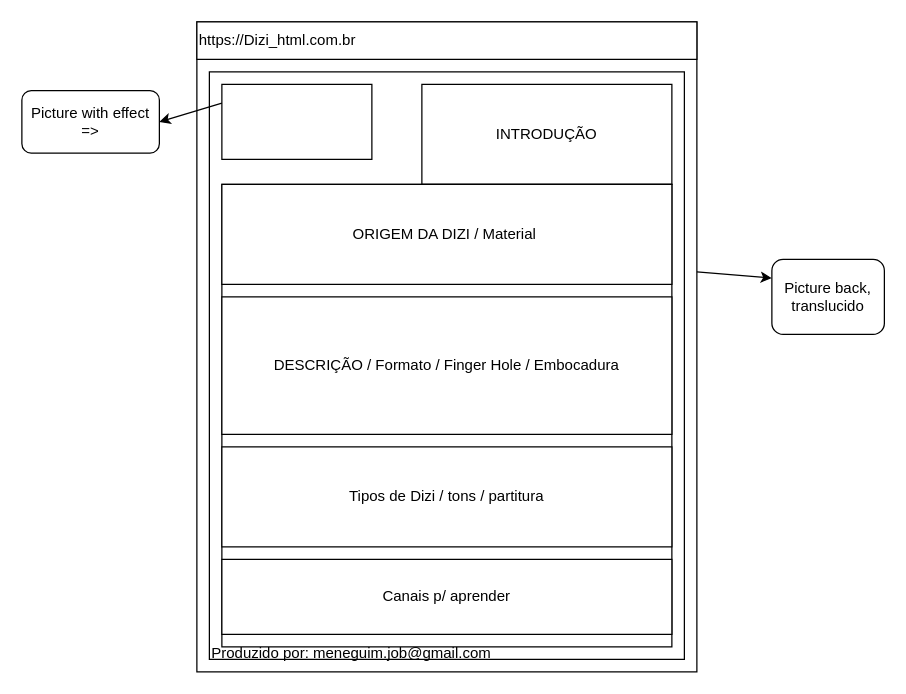
This is Untitled Diagram.drawio from MathMeneguim/Projects, a draw.io file, before an edit. Source tidied: cells renumbered, new cells numbered last; positions are measured from the earlier drawing's top-left corner, leaving out a move shared by most shapes. Both pictures are drawn from the tidied source at 125%, with x=0, y=0 at pixel (21, 21).
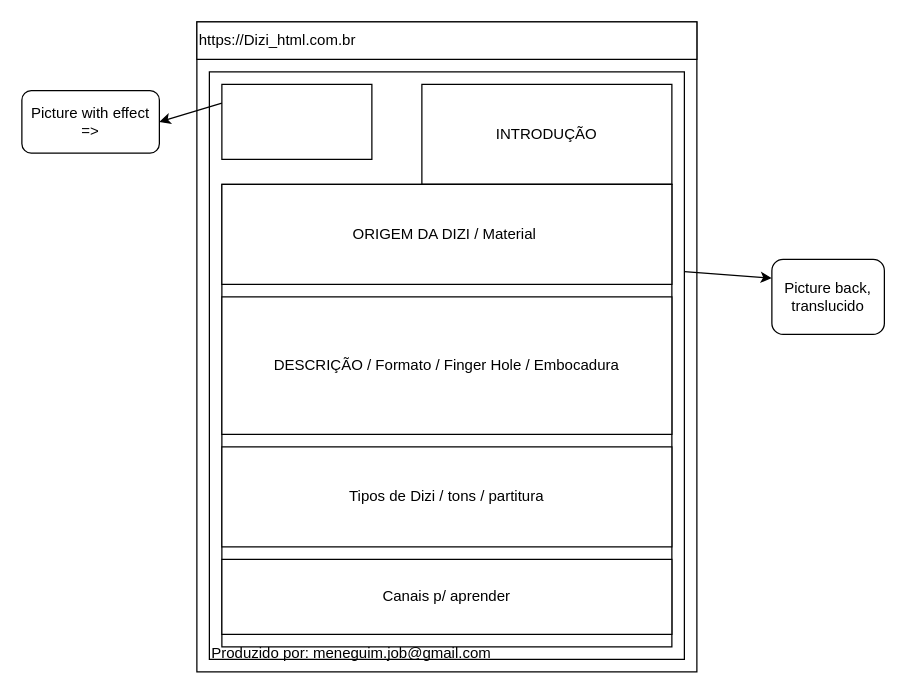
The same diagram, later.

Commit message:
Dizi_html_complete1

Diff of the diagram source:
```diff
@@
 <mxGraphModel>
   <root>
     <mxCell id="0" />
     <mxCell id="1" parent="0" />
     <mxCell id="2" style="rounded=0;whiteSpace=wrap;html=1;" parent="1" vertex="1">
       <mxGeometry x="280" y="220" width="120" height="60" as="geometry" />
     </mxCell>
     <mxCell id="3" style="rounded=0;whiteSpace=wrap;html=1;" parent="1" vertex="1">
       <mxGeometry x="140" width="400" height="520" as="geometry" />
     </mxCell>
     <mxCell id="4" value="https://Dizi_html.com.br" style="rounded=0;whiteSpace=wrap;html=1;align=left;" parent="1" vertex="1">
       <mxGeometry x="140" width="400" height="30" as="geometry" />
     </mxCell>
     <mxCell id="5" style="rounded=0;whiteSpace=wrap;html=1;" parent="1" vertex="1">
       <mxGeometry x="150" y="40" width="380" height="470" as="geometry" />
     </mxCell>
-    <mxCell id="6" style="endArrow=classic;html=1;entryX=0;entryY=0.25;entryDx=0;entryDy=0;" parent="1" edge="1" target="7">
-      <mxGeometry relative="1" as="geometry">
-        <mxPoint x="540" y="200" as="sourcePoint" />
-      </mxGeometry>
+    <mxCell id="6" style="endArrow=classic;html=1;entryX=0;entryY=0.25;entryDx=0;entryDy=0;exitX=1;exitY=0.34;exitDx=0;exitDy=0;exitPerimeter=0;" parent="1" edge="1" source="5" target="7">
+      <mxGeometry relative="1" as="geometry" />
     </mxCell>
     <mxCell id="7" value="Picture back, translucido" style="rounded=1;whiteSpace=wrap;html=1;" parent="1" vertex="1">
       <mxGeometry x="600" y="190" width="90" height="60" as="geometry" />
     </mxCell>
     <mxCell id="8" style="rounded=0;whiteSpace=wrap;html=1;" parent="1" vertex="1">
       <mxGeometry x="160" y="50" width="120" height="60" as="geometry" />
     </mxCell>
     <mxCell id="9" style="endArrow=classic;html=1;exitX=0;exitY=0.25;exitDx=0;exitDy=0;entryX=1;entryY=0.5;entryDx=0;entryDy=0;" parent="1" edge="1" source="8" target="10">
       <mxGeometry relative="1" as="geometry" />
     </mxCell>
     <mxCell id="10" value="Picture with effect =&amp;gt;" style="rounded=1;whiteSpace=wrap;html=1;" parent="1" vertex="1">
       <mxGeometry y="55" width="110" height="50" as="geometry" />
     </mxCell>
     <mxCell id="11" value="INTRODUÇÃO" style="rounded=0;whiteSpace=wrap;html=1;" parent="1" vertex="1">
       <mxGeometry x="320" y="50" width="200" height="80" as="geometry" />
     </mxCell>
     <mxCell id="12" style="rounded=0;whiteSpace=wrap;html=1;" parent="1" vertex="1">
       <mxGeometry x="160" y="130" width="360" height="370" as="geometry" />
     </mxCell>
     <mxCell id="13" value="Produzido por: meneguim.job@gmail.com" style="text;html=1;strokeColor=none;fillColor=none;align=left;verticalAlign=middle;whiteSpace=wrap;rounded=0;" parent="1" vertex="1">
       <mxGeometry x="150" y="500" width="350" height="10" as="geometry" />
     </mxCell>
     <mxCell id="14" value="ORIGEM DA DIZI / Material&amp;nbsp;" style="rounded=0;whiteSpace=wrap;html=1;align=center;" parent="1" vertex="1">
       <mxGeometry x="160" y="130" width="360" height="80" as="geometry" />
     </mxCell>
     <mxCell id="15" value="DESCRIÇÃO / Formato / Finger Hole / Embocadura" style="rounded=0;whiteSpace=wrap;html=1;align=center;" parent="1" vertex="1">
       <mxGeometry x="160" y="220" width="360" height="110" as="geometry" />
     </mxCell>
     <mxCell id="16" value="Tipos de Dizi / tons / partitura" style="rounded=0;whiteSpace=wrap;html=1;align=center;" parent="1" vertex="1">
       <mxGeometry x="160" y="340" width="360" height="80" as="geometry" />
     </mxCell>
     <mxCell id="17" value="Canais p/ aprender" style="rounded=0;whiteSpace=wrap;html=1;align=center;" parent="1" vertex="1">
       <mxGeometry x="160" y="430" width="360" height="60" as="geometry" />
     </mxCell>
   </root>
 </mxGraphModel>
```
